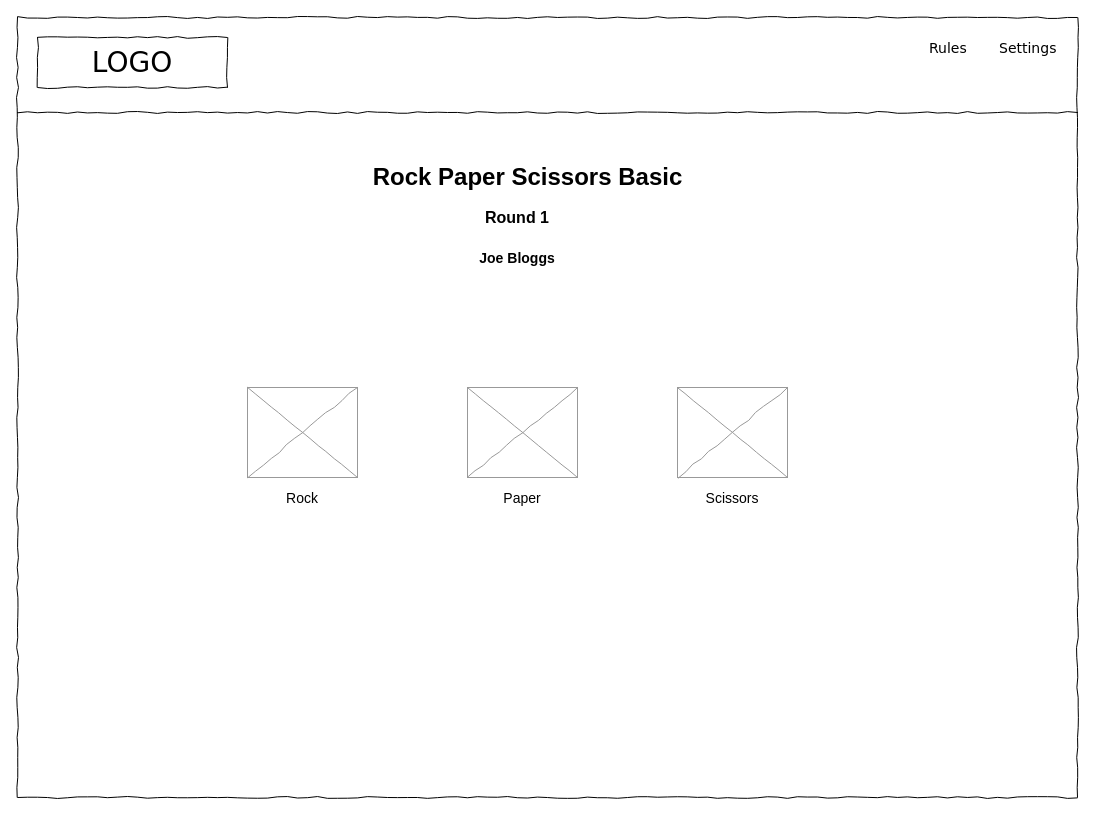
Earlier version of the draw.io diagram page "game-play-basic-large" (3 of 15) of design/rps-xtreme.drawio (ibuttimer/rock-paper-scissors-xtreme). Source tidied: cells renumbered, new cells numbered last; positions are measured from the earlier drawing's top-left corner, leaving out a move shared by most shapes. Both pictures are drawn from the tidied source at 100%, with x=0, y=0 at pixel (17, 17).
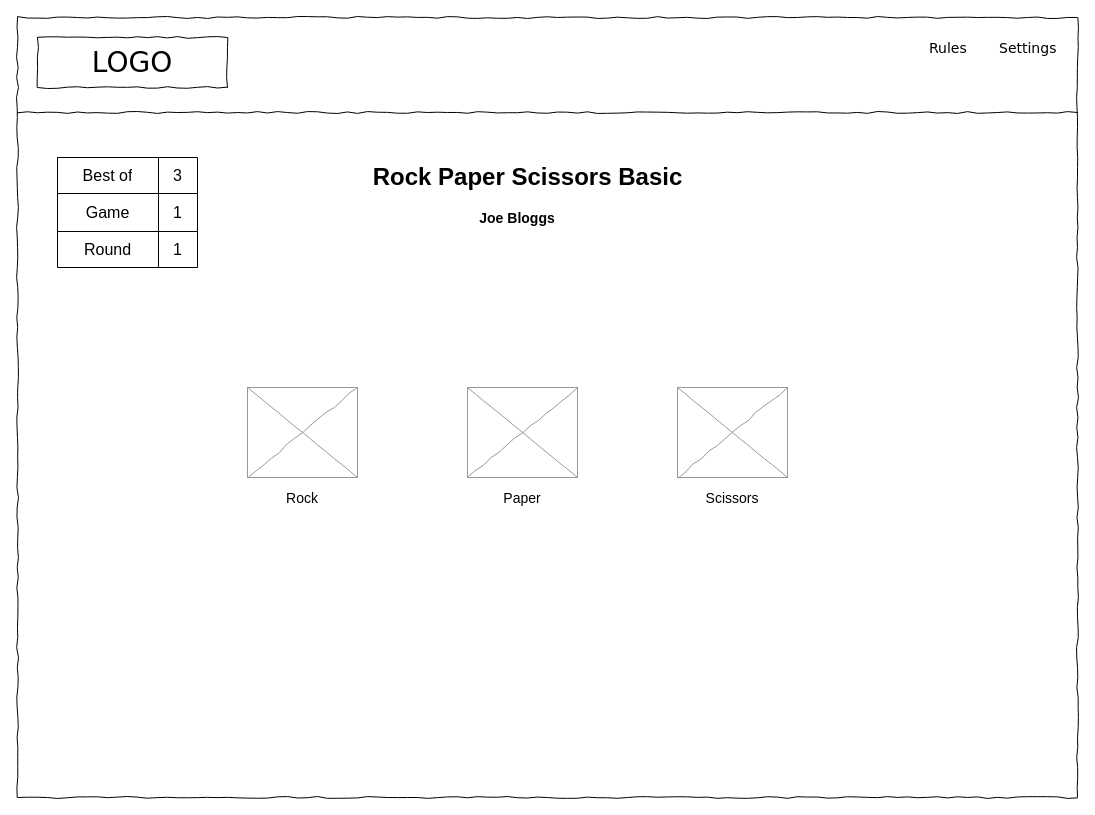
The same diagram, later.

Diff of the diagram source:
```diff
@@
-    <mxCell id="8" value="&lt;b style=&quot;&quot;&gt;&lt;font style=&quot;font-size: 16px;&quot;&gt;Round 1&lt;/font&gt;&lt;/b&gt;" style="text;html=1;strokeColor=none;fillColor=none;align=center;verticalAlign=middle;whiteSpace=wrap;overflow=hidden;" parent="1" vertex="1">
-      <mxGeometry x="420" y="180" width="160" height="40" as="geometry" />
-    </mxCell>
@@
     <mxCell id="15" value="&lt;span style=&quot;font-size: 16px;&quot;&gt;&lt;b style=&quot;font-size: 14px;&quot;&gt;Joe Bloggs&lt;/b&gt;&lt;/span&gt;" style="text;html=1;strokeColor=none;fillColor=none;align=center;verticalAlign=middle;whiteSpace=wrap;overflow=hidden;" parent="1" vertex="1">
-      <mxGeometry x="420" y="220" width="160" height="40" as="geometry" />
+      <mxGeometry x="420" y="180" width="160" height="40" as="geometry" />
     </mxCell>
+    <mxCell id="16" style="shape=table;html=1;whiteSpace=wrap;startSize=0;childLayout=tableLayout;fontSize=16;" parent="1" vertex="1">
+      <mxGeometry x="40" y="140" width="140" height="110" as="geometry" />
+    </mxCell>
+    <mxCell id="17" style="shape=tableRow;horizontal=0;startSize=0;swimlaneHead=0;swimlaneBody=0;top=0;left=0;bottom=0;right=0;fillColor=none;fontSize=16;" parent="16" vertex="1">
+      <mxGeometry width="140" height="36" as="geometry" />
+    </mxCell>
+    <mxCell id="18" value="Best of" style="shape=partialRectangle;html=1;whiteSpace=wrap;fillColor=none;top=0;left=0;bottom=0;right=0;overflow=hidden;fontSize=16;" parent="17" vertex="1">
+      <mxGeometry width="101" height="36" as="geometry" />
+    </mxCell>
+    <mxCell id="19" value="3" style="shape=partialRectangle;html=1;whiteSpace=wrap;fillColor=none;top=0;left=0;bottom=0;right=0;overflow=hidden;fontSize=16;" parent="17" vertex="1">
+      <mxGeometry x="101" width="39" height="36" as="geometry" />
+    </mxCell>
+    <mxCell id="20" style="shape=tableRow;horizontal=0;startSize=0;swimlaneHead=0;swimlaneBody=0;top=0;left=0;bottom=0;right=0;fillColor=none;fontSize=16;" parent="16" vertex="1">
+      <mxGeometry y="36" width="140" height="38" as="geometry" />
+    </mxCell>
+    <mxCell id="21" value="Game" style="shape=partialRectangle;html=1;whiteSpace=wrap;fillColor=none;top=0;left=0;bottom=0;right=0;overflow=hidden;fontSize=16;" parent="20" vertex="1">
+      <mxGeometry width="101" height="38" as="geometry" />
+    </mxCell>
+    <mxCell id="22" value="1" style="shape=partialRectangle;html=1;whiteSpace=wrap;fillColor=none;top=0;left=0;bottom=0;right=0;overflow=hidden;fontSize=16;" parent="20" vertex="1">
+      <mxGeometry x="101" width="39" height="38" as="geometry" />
+    </mxCell>
+    <mxCell id="23" style="shape=tableRow;horizontal=0;startSize=0;swimlaneHead=0;swimlaneBody=0;top=0;left=0;bottom=0;right=0;fillColor=none;fontSize=16;" parent="16" vertex="1">
+      <mxGeometry y="74" width="140" height="36" as="geometry" />
+    </mxCell>
+    <mxCell id="24" value="Round" style="shape=partialRectangle;html=1;whiteSpace=wrap;fillColor=none;top=0;left=0;bottom=0;right=0;overflow=hidden;fontSize=16;" parent="23" vertex="1">
+      <mxGeometry width="101" height="36" as="geometry" />
+    </mxCell>
+    <mxCell id="25" value="1" style="shape=partialRectangle;html=1;whiteSpace=wrap;fillColor=none;top=0;left=0;bottom=0;right=0;overflow=hidden;fontSize=16;" parent="23" vertex="1">
+      <mxGeometry x="101" width="39" height="36" as="geometry" />
+    </mxCell>
```
